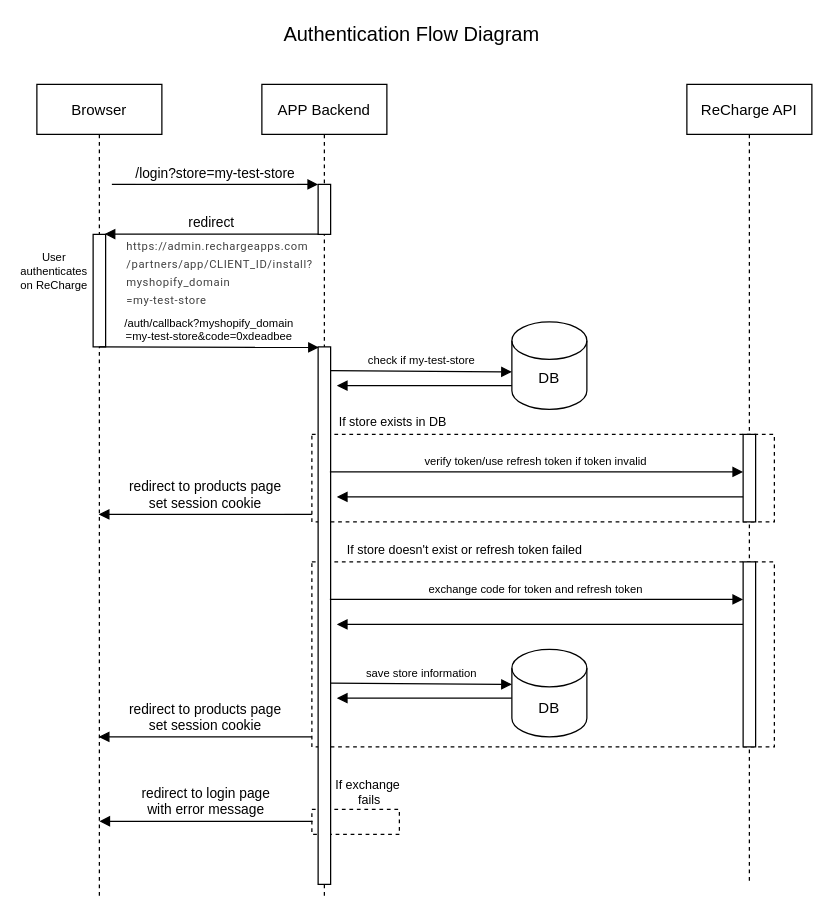
The draw.io diagram PIM Authentication Flow.drawio in alexrsunrise/diagrams, before the edit. Source tidied: cells renumbered, new cells numbered last; positions are measured from the earlier drawing's top-left corner, leaving out a move shared by most shapes. Both pictures are drawn from the tidied source at 125%, with x=0, y=0 at pixel (29, 21).
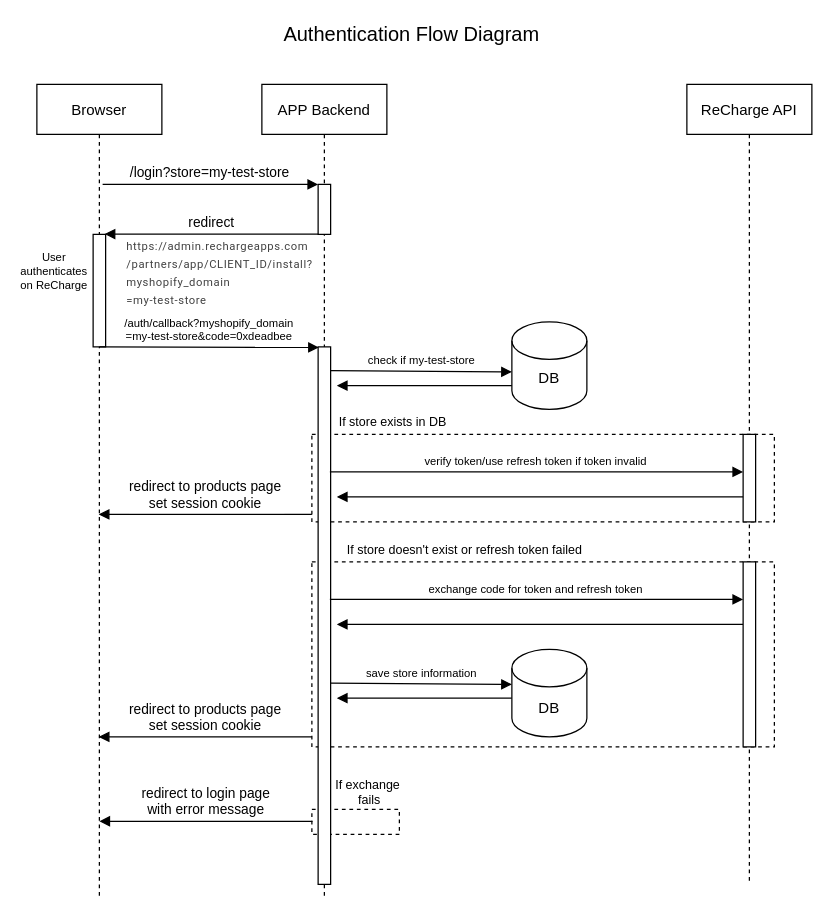
After the change.

The change refers to these unchanged cells:
```xml
<mxCell id="5" value="Browser" style="shape=umlLifeline;perimeter=lifelinePerimeter;rounded=0;shadow=0;strokeWidth=1;" parent="1" vertex="1">
  <mxGeometry x="6" y="50" width="100" height="650" as="geometry" />
</mxCell>
<mxCell id="8" style="points=[];perimeter=orthogonalPerimeter;rounded=0;shadow=0;strokeWidth=1;" parent="7" vertex="1">
  <mxGeometry x="45" y="80" width="10" height="40" as="geometry" />
</mxCell>
```

Change to the diagram source:
```diff
@@
-    <mxCell id="9" value="/login?store=my-test-store" style="verticalAlign=bottom;endArrow=block;entryX=0;entryY=0;shadow=0;strokeWidth=1;" parent="1" edge="1" target="8">
-      <mxGeometry relative="1" as="geometry">
-        <mxPoint x="66" y="130" as="sourcePoint" />
-      </mxGeometry>
+    <mxCell id="9" value="/login?store=my-test-store" style="verticalAlign=bottom;endArrow=block;entryX=0;entryY=0;shadow=0;strokeWidth=1;exitX=0.526;exitY=0.123;exitDx=0;exitDy=0;exitPerimeter=0;" parent="1" edge="1" source="5" target="8">
+      <mxGeometry relative="1" as="geometry" />
     </mxCell>
```
